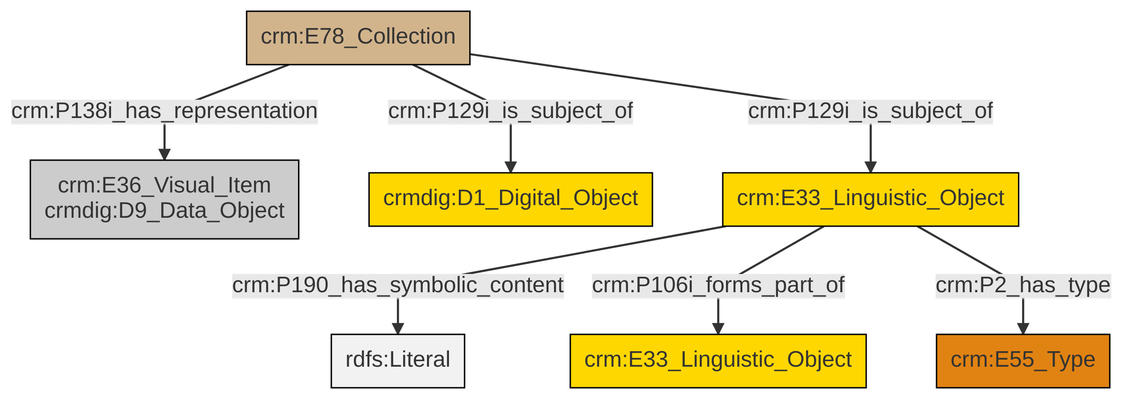
This is et/archivalCSV/ttl/mmd/png/archival_docs.png from swiss-art-research-net/docs.swissartresearch, a Mermaid export, as it was before one commit. Its source is kept beside it as et/archivalCSV/ttl/mmd/archival_docs.ttl.mmd.
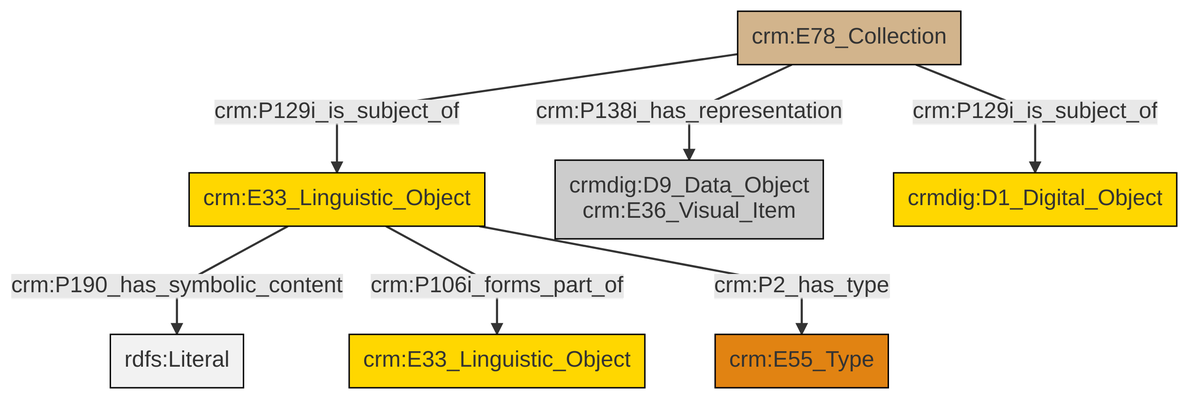
After the change.

The edit, as a diff of the source:
```diff
@@ -13,9 +13,9 @@
 classDef PC_Classes fill:#4ce600, stroke:#000000;
 classDef Multi fill:#cccccc,stroke:#000000;
 
-2["crm:E78_Collection"]:::Physical_Thing -->|crm:P129i_is_subject_of| 3["crmdig:D1_Digital_Object"]:::Conceptual_Object
-5["crm:E33_Linguistic_Object"]:::Conceptual_Object -->|crm:P190_has_symbolic_content| 6[rdfs:Literal]:::Literal
-5["crm:E33_Linguistic_Object"]:::Conceptual_Object -->|crm:P106i_forms_part_of| 7["crm:E33_Linguistic_Object"]:::Conceptual_Object
-2["crm:E78_Collection"]:::Physical_Thing -->|crm:P138i_has_representation| 0["crm:E36_Visual_Item<br>crmdig:D9_Data_Object"]:::Multi
-2["crm:E78_Collection"]:::Physical_Thing -->|crm:P129i_is_subject_of| 5["crm:E33_Linguistic_Object"]:::Conceptual_Object
-5["crm:E33_Linguistic_Object"]:::Conceptual_Object -->|crm:P2_has_type| 8["crm:E55_Type"]:::Type
+0["crm:E33_Linguistic_Object"]:::Conceptual_Object -->|crm:P190_has_symbolic_content| 2[rdfs:Literal]:::Literal
+0["crm:E33_Linguistic_Object"]:::Conceptual_Object -->|crm:P106i_forms_part_of| 3["crm:E33_Linguistic_Object"]:::Conceptual_Object
+9["crm:E78_Collection"]:::Physical_Thing -->|crm:P129i_is_subject_of| 0["crm:E33_Linguistic_Object"]:::Conceptual_Object
+0["crm:E33_Linguistic_Object"]:::Conceptual_Object -->|crm:P2_has_type| 7["crm:E55_Type"]:::Type
+9["crm:E78_Collection"]:::Physical_Thing -->|crm:P138i_has_representation| 5["crmdig:D9_Data_Object<br>crm:E36_Visual_Item"]:::Multi
+9["crm:E78_Collection"]:::Physical_Thing -->|crm:P129i_is_subject_of| 10["crmdig:D1_Digital_Object"]:::Conceptual_Object
```
